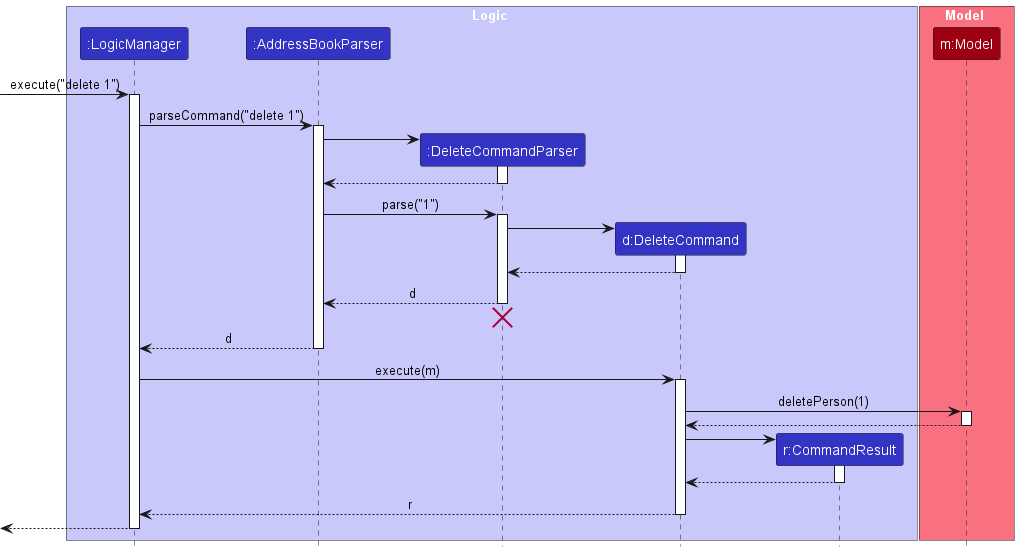
Earlier version of the PlantUML export docs/images/DeleteSequenceDiagram.png (nus-cs2103-AY2425S1/tp).
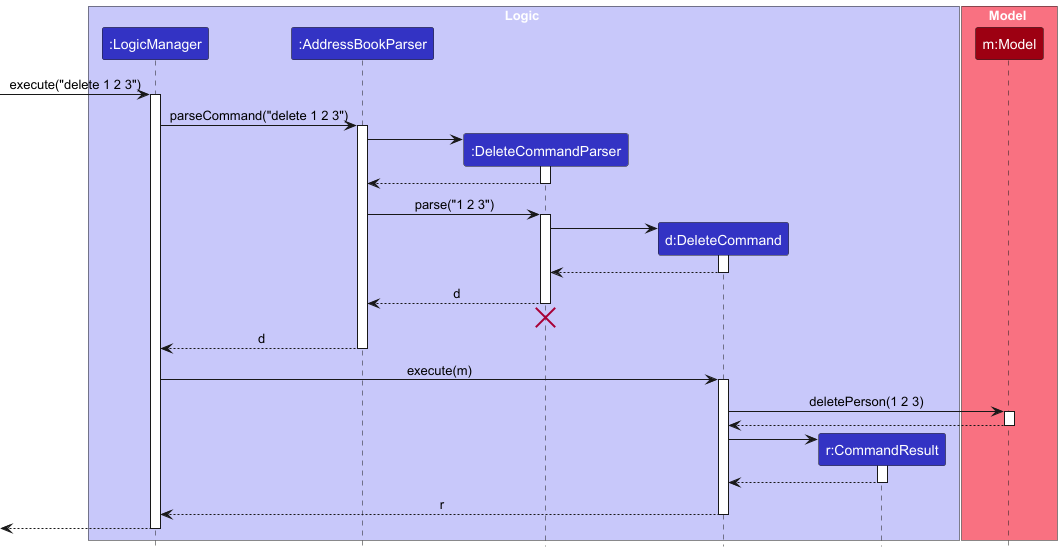
The same diagram one commit later.

The edit, as a diff of the source:
```diff
@@ -14,10 +14,10 @@
 participant "m:Model" as Model MODEL_COLOR
 end box
 
-[-> LogicManager : execute("delete 1")
+[-> LogicManager : execute("delete 1 2 3")
 activate LogicManager
 
-LogicManager -> AddressBookParser : parseCommand("delete 1")
+LogicManager -> AddressBookParser : parseCommand("delete 1 2 3")
 activate AddressBookParser
 
 create DeleteCommandParser
@@ -27,7 +27,7 @@
 DeleteCommandParser --> AddressBookParser
 deactivate DeleteCommandParser
 
-AddressBookParser -> DeleteCommandParser : parse("1")
+AddressBookParser -> DeleteCommandParser : parse("1 2 3")
 activate DeleteCommandParser
 
 create DeleteCommand
@@ -48,7 +48,7 @@
 LogicManager -> DeleteCommand : execute(m)
 activate DeleteCommand
 
-DeleteCommand -> Model : deletePerson(1)
+DeleteCommand -> Model : deletePerson(1 2 3)
 activate Model
 
 Model --> DeleteCommand
```
